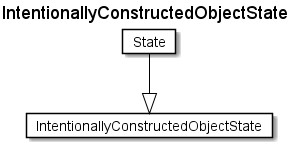
Above: fragments/diagrams/IntentionallyConstructedObjectState.png in rtigran/rdf2adoc (PlantUML), before the change. Its diagram source:
```plantuml
@startuml
Title IntentionallyConstructedObjectState

Card IntentionallyConstructedObjectState #fff [
IntentionallyConstructedObjectState
]
Card State #fff [
State
]
State --|> IntentionallyConstructedObjectState  #000
@enduml
```
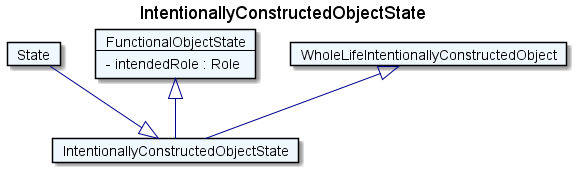
The same file after the commit.

The edit, as a diff of the source:
```diff
@@ -1,11 +1,21 @@
 @startuml
 Title IntentionallyConstructedObjectState
 
-Card IntentionallyConstructedObjectState #fff [
+Card IntentionallyConstructedObjectState #F0F8FF [
 IntentionallyConstructedObjectState
 ]
-Card State #fff [
+Card State #F0F8FF [
 State
 ]
-State --|> IntentionallyConstructedObjectState  #000
+State --|> IntentionallyConstructedObjectState  #00008B
+Card FunctionalObjectState #F0F8FF [
+FunctionalObjectState
+----
+- intendedRole : Role
+]
+FunctionalObjectState <|-- IntentionallyConstructedObjectState  #00008B
+Card WholeLifeIntentionallyConstructedObject #F0F8FF [
+WholeLifeIntentionallyConstructedObject
+]
+WholeLifeIntentionallyConstructedObject <|-- IntentionallyConstructedObjectState  #00008B
 @enduml
```
